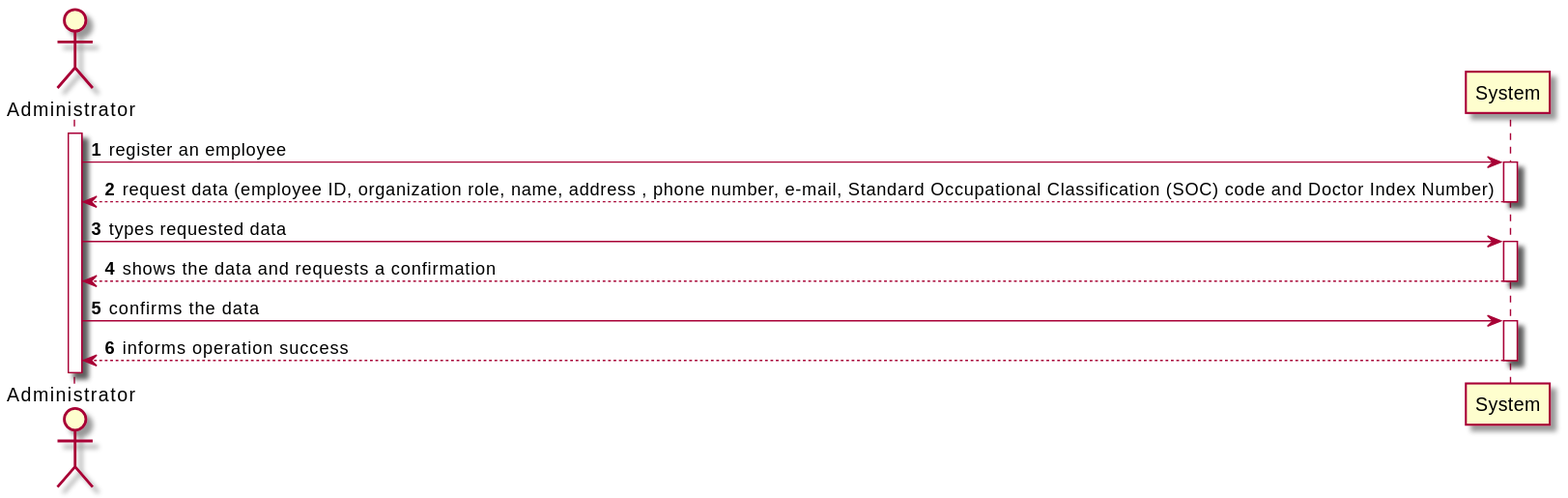
The PlantUML diagram docs/SprintB/US07/US07-SSD.svg in 0franciscor/lei-21-s2-1de-g19, before a commit. The source it was exported from:
```plantuml
@startuml

autonumber
actor "Administrator" as A
activate A
A -> System ++: register an employee
System -->  A --: request data (employee ID, organization role, name, address , phone number, e-mail, Standard Occupational Classification (SOC) code and Doctor Index Number)
A -> System ++: types requested data
System --> A --: shows the data and requests a confirmation
A -> System ++: confirms the data
System --> A --: informs operation success
@enduml
```
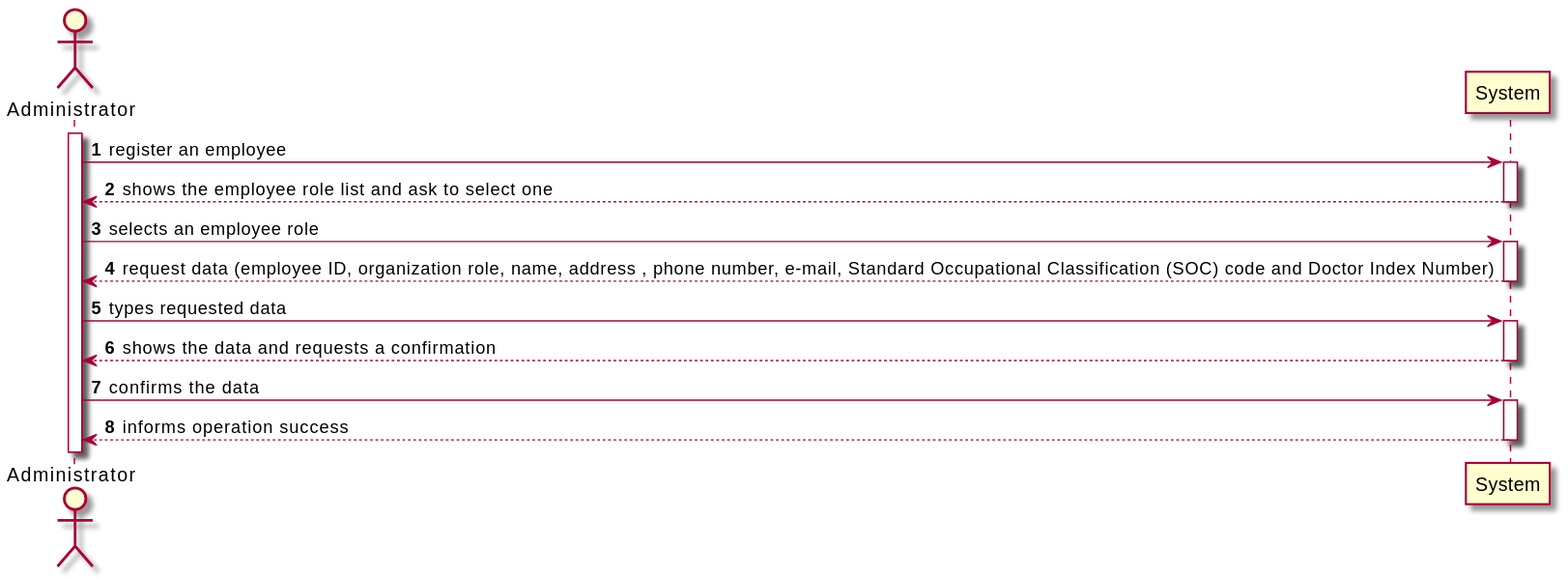
The same file after the commit.

Commit message:
Correçao do SSD da US7.

Change to the diagram source:
```diff
@@ -4,6 +4,8 @@
 actor "Administrator" as A
 activate A
 A -> System ++: register an employee
+System --> A --: shows the employee role list and ask to select one
+A -> System ++: selects an employee role
 System -->  A --: request data (employee ID, organization role, name, address , phone number, e-mail, Standard Occupational Classification (SOC) code and Doctor Index Number)
 A -> System ++: types requested data
 System --> A --: shows the data and requests a confirmation
```
